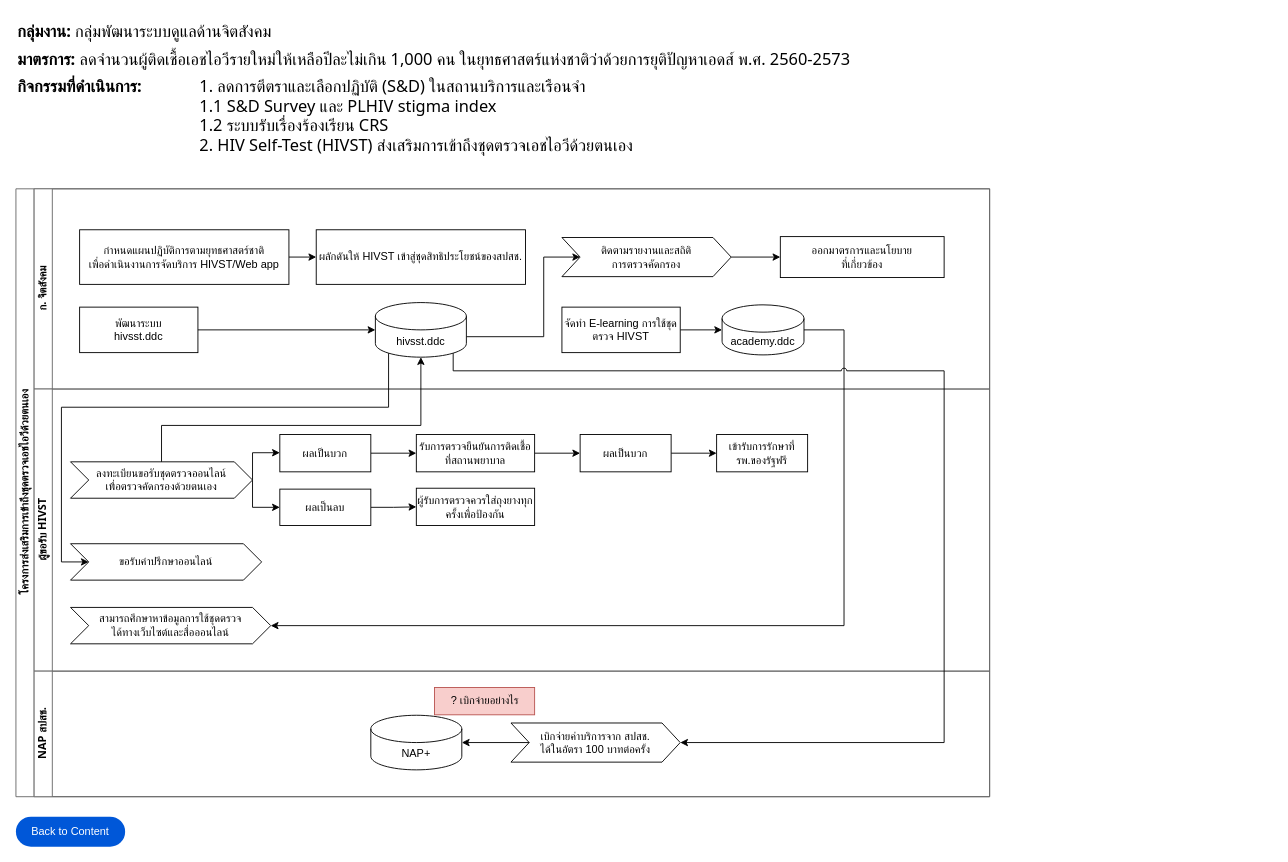
Before: page "HIVST" (16 of 25) of HIVs Work-Data Diagram.drawio in anun311/regist, a draw.io diagram. Source tidied: cells renumbered, new cells numbered last; positions are measured from the earlier drawing's top-left corner, leaving out a move shared by most shapes. Both pictures are drawn from the tidied source at 91%, with x=0, y=0 at pixel (15, 15).
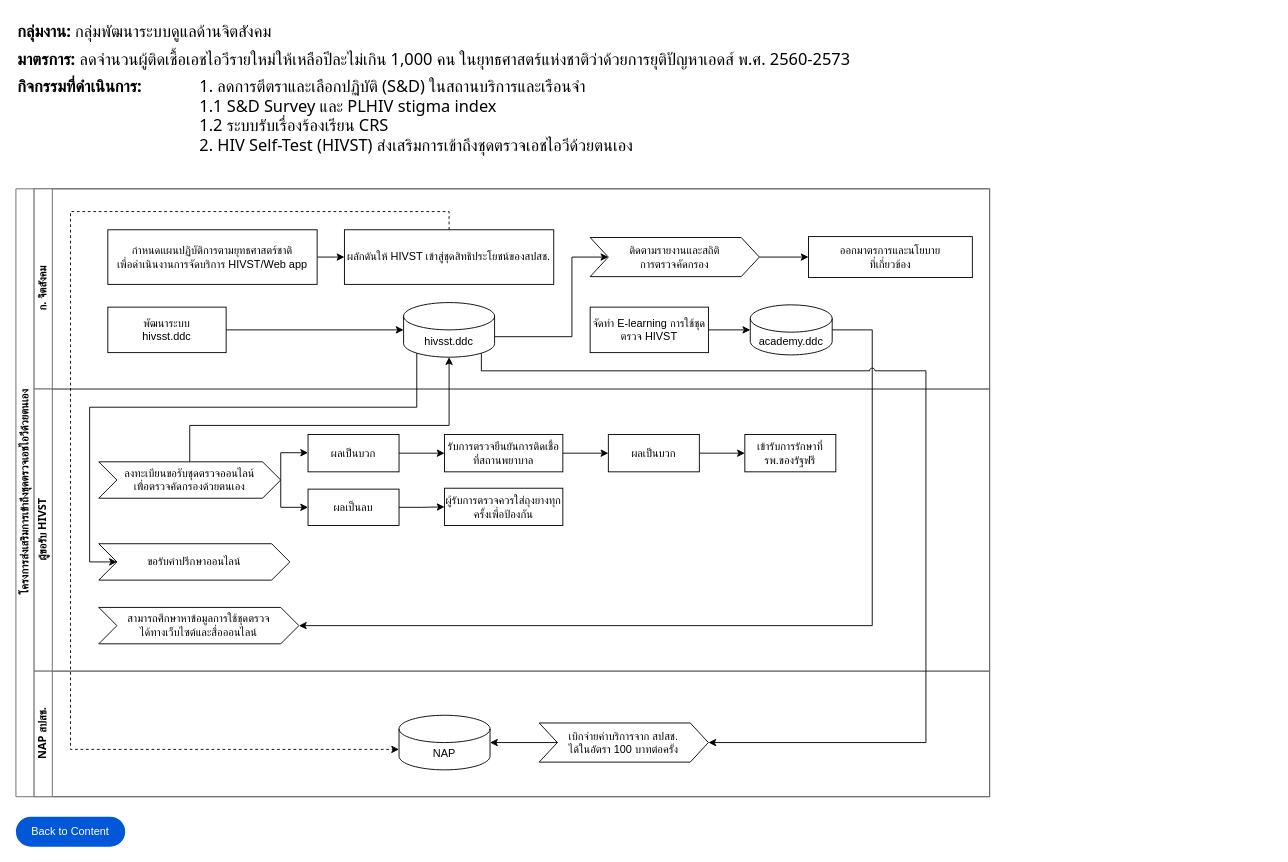
Above is the later version.

The change refers to these unchanged cells:
```xml
<mxCell id="2" value="โครงการส่งเสริมการเข้าถึงชุดตรวจเอชไอวีด้วยตนเอง" style="swimlane;html=1;horizontal=0;startSize=20;fontFamily=Tahoma;strokeColor=#666666;" parent="1" vertex="1">
  <mxGeometry y="190" width="1070" height="668" as="geometry" />
</mxCell>
<mxCell id="3" value="ก. จิตสังคม" style="swimlane;html=1;startSize=20;horizontal=0;fontFamily=Tahoma;strokeColor=#666666;" parent="2" vertex="1">
  <mxGeometry x="20" width="1050" height="220" as="geometry" />
</mxCell>
<mxCell id="17" value="ผู้ขอรับ HIVST" style="swimlane;html=1;startSize=20;horizontal=0;fontFamily=Tahoma;strokeColor=#666666;" parent="2" vertex="1">
  <mxGeometry x="20" y="220" width="1050" height="310" as="geometry" />
</mxCell>
<mxCell id="33" value="NAP สปสช." style="swimlane;html=1;startSize=20;horizontal=0;fontFamily=Tahoma;strokeColor=#666666;" parent="2" vertex="1">
  <mxGeometry x="20" y="530" width="1050" height="138" as="geometry" />
</mxCell>
```

The edit, as a diff of the source:
```diff
@@
     <mxCell id="4" style="edgeStyle=orthogonalEdgeStyle;rounded=0;jettySize=auto;html=1;entryX=0;entryY=0.5;entryDx=0;entryDy=0;" parent="3" edge="1" source="5">
       <mxGeometry relative="1" as="geometry">
-        <mxPoint x="310" y="75" as="targetPoint" />
+        <mxPoint x="341" y="75" as="targetPoint" />
       </mxGeometry>
     </mxCell>
     <mxCell id="5" value="กำหนดแผนปฏิบัติการตามยุทธศาสตร์ชาติ &lt;br&gt;เพื่อดำเนินงานการจัดบริการ HIVST/Web app" style="rounded=0;whiteSpace=wrap;html=1;" parent="3" vertex="1">
-      <mxGeometry x="50" y="45" width="230" height="60" as="geometry" />
+      <mxGeometry x="81" y="45" width="230" height="60" as="geometry" />
     </mxCell>
     <mxCell id="6" value="ผลักดันให้ HIVST เข้าสู่ชุดสิทธิประโยชน์ของสปสช." style="rounded=0;whiteSpace=wrap;html=1;" parent="3" vertex="1">
-      <mxGeometry x="310" y="45" width="230" height="60" as="geometry" />
+      <mxGeometry x="341" y="45" width="230" height="60" as="geometry" />
     </mxCell>
     <mxCell id="7" value="พัฒนาระบบ&lt;br&gt;hivsst.ddc" style="rounded=0;whiteSpace=wrap;html=1;" parent="3" vertex="1">
-      <mxGeometry x="50" y="130" width="130" height="50" as="geometry" />
+      <mxGeometry x="81" y="130" width="130" height="50" as="geometry" />
     </mxCell>
     <mxCell id="8" style="edgeStyle=orthogonalEdgeStyle;rounded=0;jettySize=auto;html=1;exitX=1;exitY=0;exitDx=0;exitDy=37.50000000000001;exitPerimeter=0;entryX=0;entryY=0.5;entryDx=0;entryDy=0;" parent="3" edge="1" source="9" target="15">
       <mxGeometry relative="1" as="geometry">
         <Array as="points">
-          <mxPoint x="560" y="163" />
-          <mxPoint x="560" y="75" />
+          <mxPoint x="591" y="163" />
+          <mxPoint x="591" y="75" />
         </Array>
       </mxGeometry>
     </mxCell>
     <mxCell id="9" value="hivsst.ddc" style="shape=cylinder3;whiteSpace=wrap;html=1;boundedLbl=1;backgroundOutline=1;size=15;" parent="3" vertex="1">
-      <mxGeometry x="375" y="125" width="100" height="60" as="geometry" />
+      <mxGeometry x="406" y="125" width="100" height="60" as="geometry" />
     </mxCell>
@@
     <mxCell id="12" value="จัดทำ E-learning การใช้ชุดตรวจ HIVST" style="rounded=0;whiteSpace=wrap;html=1;" parent="3" vertex="1">
-      <mxGeometry x="580" y="130" width="130" height="50" as="geometry" />
+      <mxGeometry x="611" y="130" width="130" height="50" as="geometry" />
     </mxCell>
     <mxCell id="13" value="academy.ddc" style="shape=cylinder3;whiteSpace=wrap;html=1;boundedLbl=1;backgroundOutline=1;size=15;" parent="3" vertex="1">
-      <mxGeometry x="756" y="127.5" width="90" height="55" as="geometry" />
+      <mxGeometry x="787" y="127.5" width="90" height="55" as="geometry" />
     </mxCell>
@@
     <mxCell id="15" value="ติดตามรายงานและสถิติ&lt;br&gt;การตรวจคัดกรอง" style="shape=step;perimeter=stepPerimeter;whiteSpace=wrap;html=1;fixedSize=1;" parent="3" vertex="1">
-      <mxGeometry x="580" y="53.5" width="186" height="43" as="geometry" />
+      <mxGeometry x="611" y="53.5" width="186" height="43" as="geometry" />
     </mxCell>
     <mxCell id="16" value="ออกมาตรการและนโยบาย&lt;br&gt;ที่เกี่ยวข้อง" style="rounded=0;whiteSpace=wrap;html=1;" parent="3" vertex="1">
-      <mxGeometry x="820" y="52.5" width="180" height="45" as="geometry" />
+      <mxGeometry x="851" y="52.5" width="180" height="45" as="geometry" />
     </mxCell>
@@
     <mxCell id="18" style="edgeStyle=orthogonalEdgeStyle;rounded=0;jettySize=auto;html=1;exitX=1;exitY=0.5;exitDx=0;exitDy=0;" parent="17" edge="1" source="31" target="21">
       <mxGeometry relative="1" as="geometry">
         <Array as="points">
-          <mxPoint x="240" y="70" />
+          <mxPoint x="271" y="70" />
         </Array>
       </mxGeometry>
     </mxCell>
     <mxCell id="19" style="edgeStyle=orthogonalEdgeStyle;rounded=0;jettySize=auto;html=1;exitX=1;exitY=0.5;exitDx=0;exitDy=0;entryX=0;entryY=0.5;entryDx=0;entryDy=0;" parent="17" edge="1" source="31" target="23">
       <mxGeometry relative="1" as="geometry">
         <Array as="points">
-          <mxPoint x="240" y="130" />
+          <mxPoint x="271" y="130" />
         </Array>
       </mxGeometry>
     </mxCell>
@@
     <mxCell id="21" value="ผลเป็นบวก" style="rounded=0;whiteSpace=wrap;html=1;" parent="17" vertex="1">
-      <mxGeometry x="270" y="50" width="100" height="41" as="geometry" />
+      <mxGeometry x="301" y="50" width="100" height="41" as="geometry" />
     </mxCell>
@@
     <mxCell id="23" value="ผลเป็นลบ" style="rounded=0;whiteSpace=wrap;html=1;" parent="17" vertex="1">
-      <mxGeometry x="270" y="110" width="100" height="40" as="geometry" />
+      <mxGeometry x="301" y="110" width="100" height="40" as="geometry" />
     </mxCell>
@@
     <mxCell id="25" value="รับการตรวจยืนยันการติดเชื้อที่สถานพยาบาล" style="rounded=0;whiteSpace=wrap;html=1;" parent="17" vertex="1">
-      <mxGeometry x="420" y="50" width="130" height="41" as="geometry" />
+      <mxGeometry x="451" y="50" width="130" height="41" as="geometry" />
     </mxCell>
@@
     <mxCell id="27" value="ผลเป็นบวก" style="rounded=0;whiteSpace=wrap;html=1;" parent="17" vertex="1">
-      <mxGeometry x="600" y="50" width="100" height="41" as="geometry" />
+      <mxGeometry x="631" y="50" width="100" height="41" as="geometry" />
     </mxCell>
     <mxCell id="28" value="เข้ารับการรักษาที่รพ.ของรัฐฟรี" style="rounded=0;whiteSpace=wrap;html=1;" parent="17" vertex="1">
-      <mxGeometry x="750" y="50" width="100" height="41" as="geometry" />
+      <mxGeometry x="781" y="50" width="100" height="41" as="geometry" />
     </mxCell>
     <mxCell id="29" value="ผู้รับการตรวจควรใส่ถุงยางทุกครั้งเพื่อป้องกัน" style="rounded=0;whiteSpace=wrap;html=1;" parent="17" vertex="1">
-      <mxGeometry x="420" y="109" width="130" height="41" as="geometry" />
+      <mxGeometry x="451" y="109" width="130" height="41" as="geometry" />
     </mxCell>
     <mxCell id="30" value="ขอรับคำปรึกษาออนไลน์" style="shape=step;perimeter=stepPerimeter;whiteSpace=wrap;html=1;fixedSize=1;" parent="17" vertex="1">
-      <mxGeometry x="40" y="170" width="210" height="40" as="geometry" />
+      <mxGeometry x="71" y="170" width="210" height="40" as="geometry" />
     </mxCell>
     <mxCell id="31" value="ลงทะเบียนขอรับชุดตรวจออนไลน์&lt;br&gt;เพื่อตรวจคัดกรองด้วยตนเอง" style="shape=step;perimeter=stepPerimeter;whiteSpace=wrap;html=1;fixedSize=1;" parent="17" vertex="1">
-      <mxGeometry x="40" y="80" width="200" height="40" as="geometry" />
+      <mxGeometry x="71" y="80" width="200" height="40" as="geometry" />
     </mxCell>
     <mxCell id="32" value="สามารถศึกษาหาข้อมูลการใช้ชุดตรวจ&lt;br&gt;ได้ทางเว็บไซต์และสื่อออนไลน์" style="shape=step;perimeter=stepPerimeter;whiteSpace=wrap;html=1;fixedSize=1;" parent="17" vertex="1">
-      <mxGeometry x="40" y="240" width="220" height="40" as="geometry" />
+      <mxGeometry x="71" y="240" width="220" height="40" as="geometry" />
     </mxCell>
@@
-    <mxCell id="34" value="NAP+" style="shape=cylinder3;whiteSpace=wrap;html=1;boundedLbl=1;backgroundOutline=1;size=15;" parent="33" vertex="1">
-      <mxGeometry x="370" y="48.5" width="100" height="60" as="geometry" />
+    <mxCell id="34" value="NAP" style="shape=cylinder3;whiteSpace=wrap;html=1;boundedLbl=1;backgroundOutline=1;size=15;" parent="33" vertex="1">
+      <mxGeometry x="401" y="48.5" width="100" height="60" as="geometry" />
     </mxCell>
-    <mxCell id="35" value="? เบิกจ่ายอย่างไร" style="text;html=1;align=center;verticalAlign=middle;strokeColor=#b85450;fillColor=#f8cecc;" parent="33" vertex="1">
-      <mxGeometry x="440" y="18" width="110" height="30" as="geometry" />
-    </mxCell>
     <mxCell id="36" value="เบิกจ่ายค่าบริการจาก สปสช. &lt;br&gt;ได้ในอัตรา 100 บาทต่อครั้ง" style="shape=step;perimeter=stepPerimeter;whiteSpace=wrap;html=1;fixedSize=1;" parent="33" vertex="1">
-      <mxGeometry x="524" y="57" width="186" height="43" as="geometry" />
+      <mxGeometry x="555" y="57" width="186" height="43" as="geometry" />
     </mxCell>
@@
     <mxCell id="40" style="edgeStyle=orthogonalEdgeStyle;rounded=0;jettySize=auto;html=1;exitX=0.5;exitY=0;exitDx=0;exitDy=0;entryX=0.5;entryY=1;entryDx=0;entryDy=0;entryPerimeter=0;" parent="2" edge="1" source="31" target="9">
       <mxGeometry relative="1" as="geometry">
         <Array as="points">
-          <mxPoint x="160" y="260" />
-          <mxPoint x="445" y="260" />
+          <mxPoint x="191" y="260" />
+          <mxPoint x="476" y="260" />
         </Array>
       </mxGeometry>
     </mxCell>
     <mxCell id="41" style="edgeStyle=orthogonalEdgeStyle;rounded=0;jettySize=auto;html=1;exitX=0.145;exitY=1;exitDx=0;exitDy=-4.35;exitPerimeter=0;entryX=0;entryY=0.5;entryDx=0;entryDy=0;" parent="2" edge="1" source="9" target="30">
       <mxGeometry relative="1" as="geometry">
         <Array as="points">
-          <mxPoint x="409" y="240" />
-          <mxPoint x="50" y="240" />
-          <mxPoint x="50" y="410" />
+          <mxPoint x="440" y="240" />
+          <mxPoint x="81" y="240" />
+          <mxPoint x="81" y="410" />
         </Array>
       </mxGeometry>
     </mxCell>
     <mxCell id="42" style="edgeStyle=orthogonalEdgeStyle;rounded=0;jettySize=auto;html=1;exitX=1;exitY=0.5;exitDx=0;exitDy=0;exitPerimeter=0;entryX=1;entryY=0.5;entryDx=0;entryDy=0;" parent="2" edge="1" source="13" target="32">
       <mxGeometry relative="1" as="geometry">
         <Array as="points">
-          <mxPoint x="910" y="155" />
-          <mxPoint x="910" y="480" />
+          <mxPoint x="941" y="155" />
+          <mxPoint x="941" y="480" />
         </Array>
       </mxGeometry>
     </mxCell>
     <mxCell id="43" style="edgeStyle=orthogonalEdgeStyle;rounded=0;jettySize=auto;html=1;exitX=0.855;exitY=1;exitDx=0;exitDy=-4.35;exitPerimeter=0;entryX=1;entryY=0.5;entryDx=0;entryDy=0;strokeColor=default;jumpStyle=arc;" parent="2" edge="1" source="9" target="36">
       <mxGeometry relative="1" as="geometry">
         <Array as="points">
-          <mxPoint x="481" y="200" />
-          <mxPoint x="1020" y="200" />
-          <mxPoint x="1020" y="608" />
+          <mxPoint x="512" y="200" />
+          <mxPoint x="1000" y="200" />
+          <mxPoint x="1000" y="609" />
         </Array>
       </mxGeometry>
     </mxCell>
+    <mxCell id="49" style="edgeStyle=orthogonalEdgeStyle;rounded=0;jettySize=auto;html=1;exitX=0.5;exitY=0;exitDx=0;exitDy=0;entryX=0;entryY=0;entryDx=0;entryDy=37.5;entryPerimeter=0;dashed=1;" parent="2" edge="1" source="6" target="34">
+      <mxGeometry relative="1" as="geometry">
+        <Array as="points">
+          <mxPoint x="476" y="25" />
+          <mxPoint x="60" y="25" />
+          <mxPoint x="60" y="616" />
+        </Array>
+      </mxGeometry>
+    </mxCell>
```
